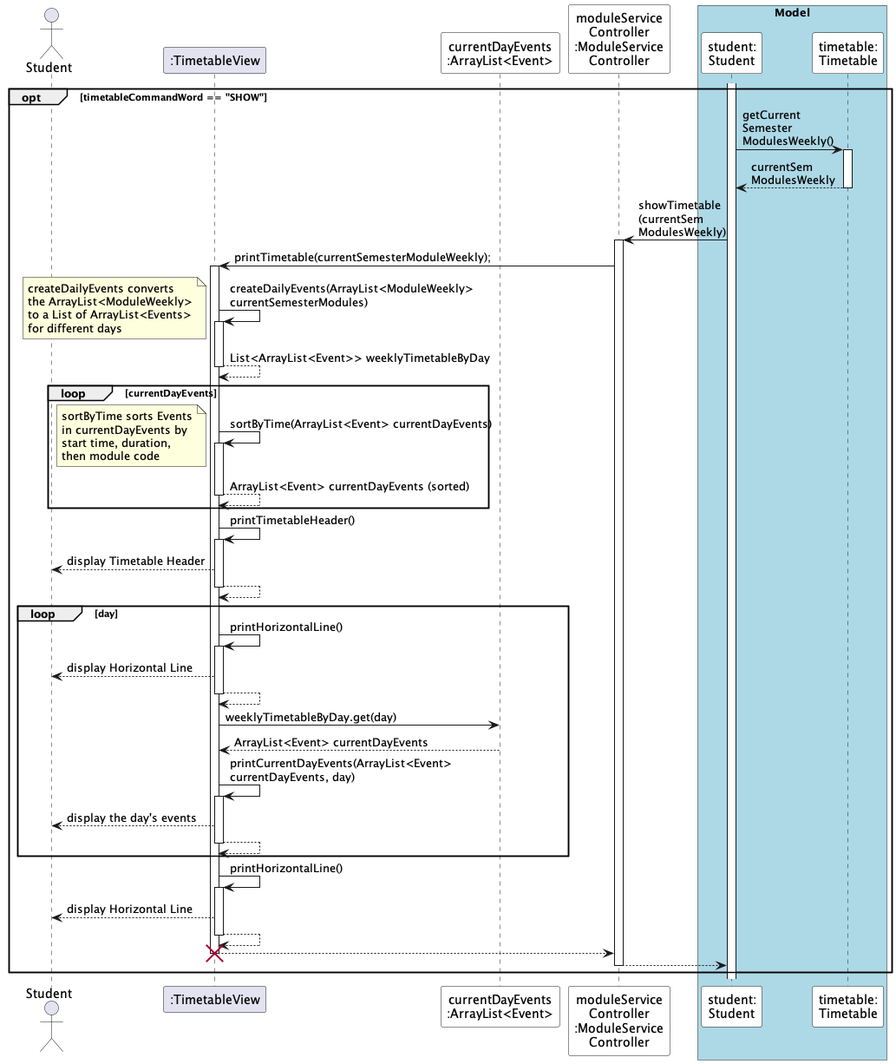
ryanlohyr/NUSDegs keeps this PlantUML diagram as docs/diagrams/PrintTimetable_Seq.png. Above is the earlier version.
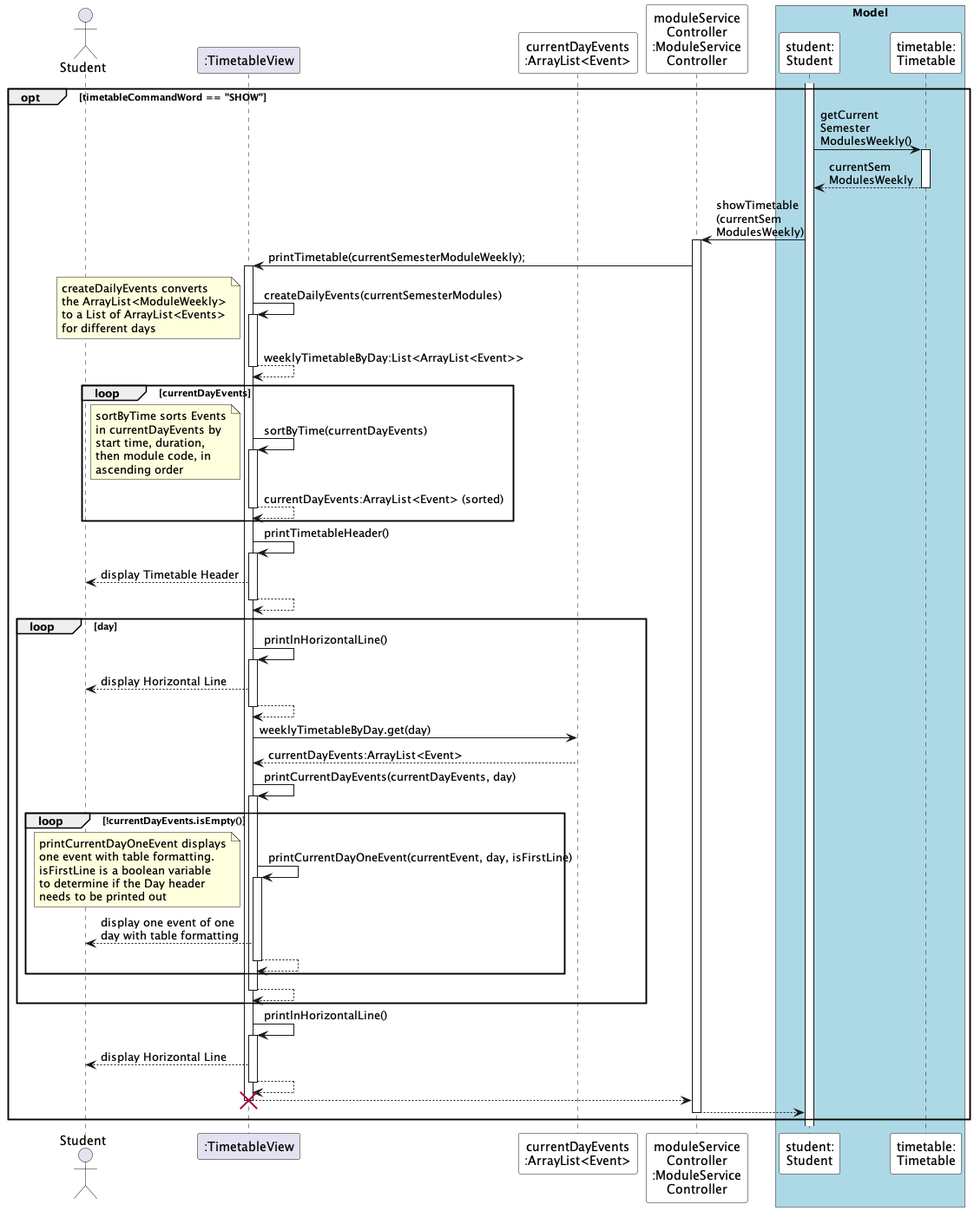
After the commit.

The edit, as a diff of the source:
```diff
@@ -30,7 +30,7 @@
     MSC -> TV: printTimetable(currentSemesterModuleWeekly);
     activate TV
 
-    TV -> TV: createDailyEvents(ArrayList<ModuleWeekly> \ncurrentSemesterModules)
+    TV -> TV: createDailyEvents(currentSemesterModules)
     activate TV
     note left
     createDailyEvents converts
@@ -38,20 +38,21 @@
     to a List of ArrayList<Events>
     for different days
     end note
-    TV --> TV: List<ArrayList<Event>> weeklyTimetableByDay
+    TV --> TV: weeklyTimetableByDay:List<ArrayList<Event>>
     deactivate TV
 
 
     loop currentDayEvents
-        TV -> TV: sortByTime(ArrayList<Event> currentDayEvents)
+        TV -> TV: sortByTime(currentDayEvents)
         activate TV
         note left
         sortByTime sorts Events
         in currentDayEvents by
         start time, duration,
-        then module code
+        then module code, in
+        ascending order
         end note
-        TV --> TV: ArrayList<Event> currentDayEvents (sorted)
+        TV --> TV: currentDayEvents:ArrayList<Event> (sorted)
         deactivate TV
     end
 
@@ -62,23 +63,36 @@
     deactivate TV
 
     loop day
-    TV -> TV: printHorizontalLine()
+    TV -> TV: printlnHorizontalLine()
     activate TV
     TV --> Student: display Horizontal Line
     TV --> TV
     deactivate TV
 
     TV -> CDE: weeklyTimetableByDay.get(day)
-    CDE --> TV: ArrayList<Event> currentDayEvents
+    CDE --> TV: currentDayEvents:ArrayList<Event>
 
-    TV -> TV: printCurrentDayEvents(ArrayList<Event> \ncurrentDayEvents, day)
+    TV -> TV: printCurrentDayEvents(currentDayEvents, day)
     activate TV
-    TV --> Student: display the day's events
+    loop !currentDayEvents.isEmpty()
+    TV -> TV: printCurrentDayOneEvent(currentEvent, day, isFirstLine)
+    activate TV
+    note left
+        printCurrentDayOneEvent displays
+        one event with table formatting.
+        isFirstLine is a boolean variable
+        to determine if the Day header
+        needs to be printed out
+    end note
+    TV --> Student: display one event of one \nday with table formatting
+    TV --> TV:
+    deactivate TV
+    end
     TV --> TV:
     deactivate TV
     end
 
-    TV -> TV: printHorizontalLine()
+    TV -> TV: printlnHorizontalLine()
     activate TV
     TV --> Student: display Horizontal Line
     TV --> TV
```
